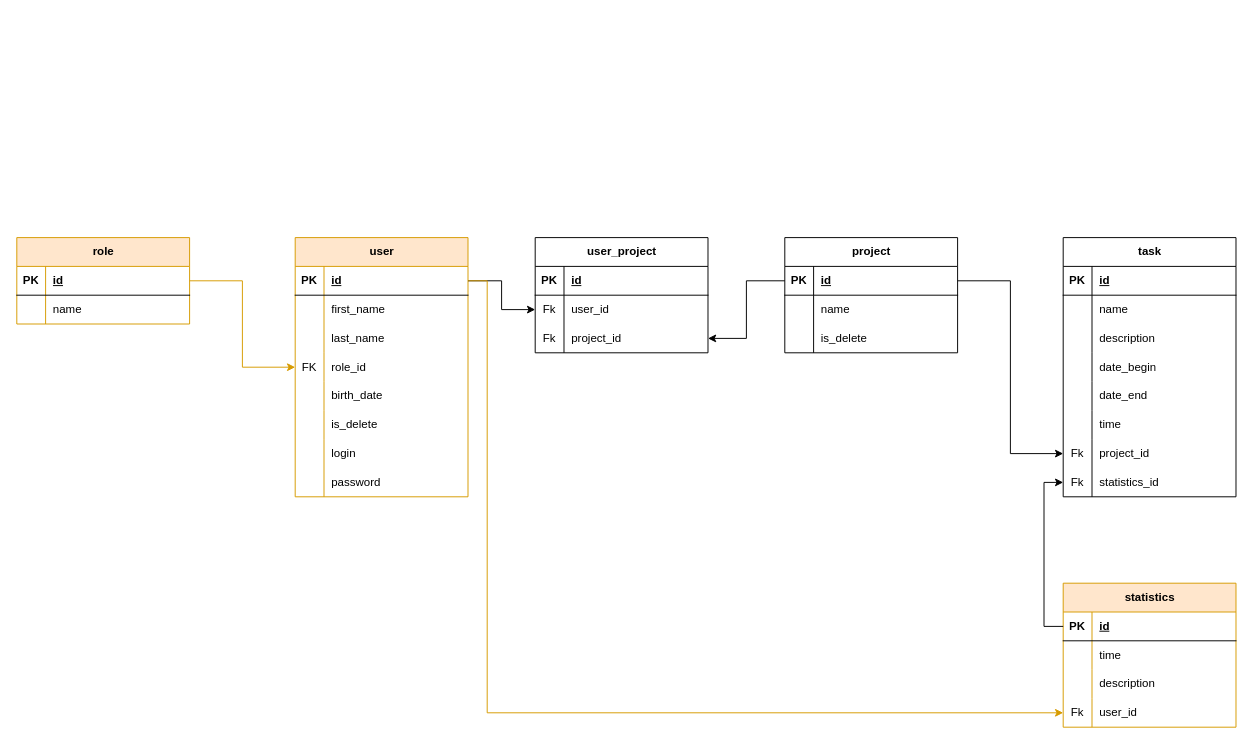
This is diagrams/taskManager.drawio from AbominablePutridity/TaskManager-SpringBoot-, a draw.io file, before an edit. Source tidied: cells renumbered, new cells numbered last; positions are measured from the earlier drawing's top-left corner, leaving out a move shared by most shapes. Both pictures are drawn from the tidied source at 96%, with x=0, y=0 at pixel (16, 237).
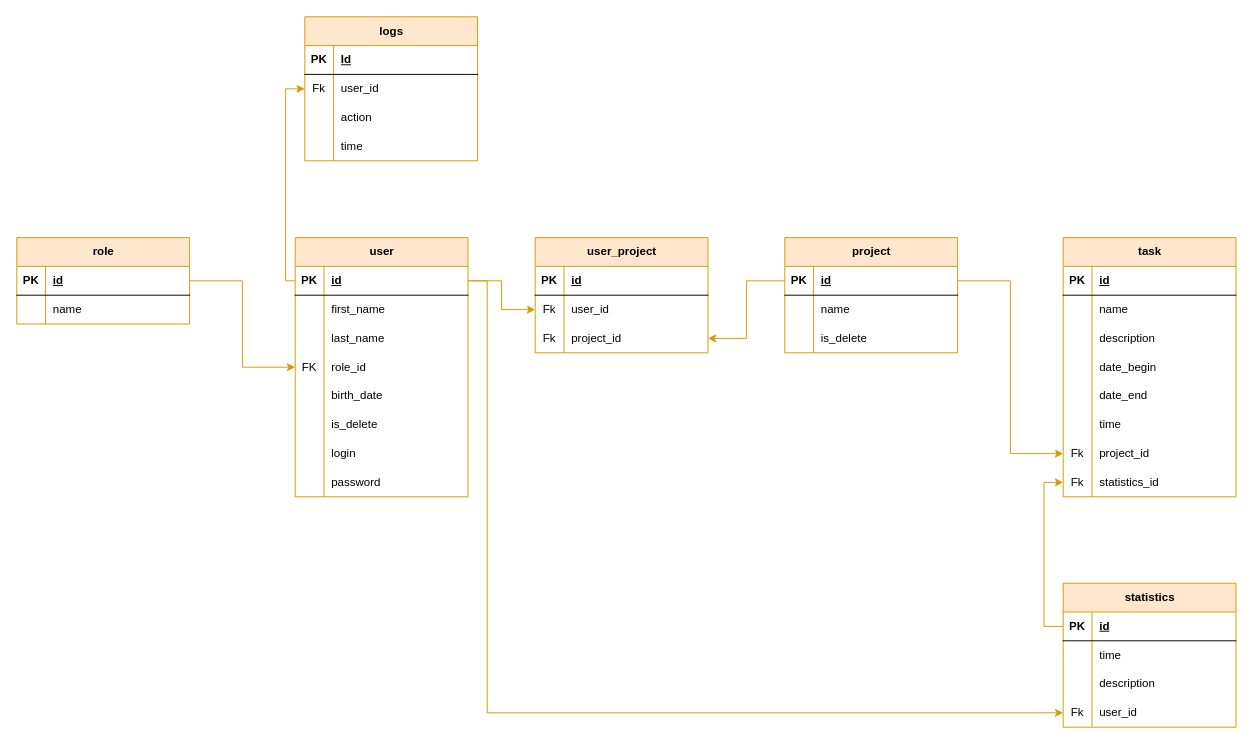
Above is the later version.

The change refers to these unchanged cells:
```xml
<mxCell id="3" style="shape=tableRow;horizontal=0;startSize=0;swimlaneHead=0;swimlaneBody=0;fillColor=none;points=[[0,0.5],[1,0.5]];portConstraint=eastwest;top=0;left=0;right=0;bottom=1;" parent="2" vertex="1">
  <mxGeometry y="30" width="180" height="30" as="geometry" />
</mxCell>
<mxCell id="36" style="shape=tableRow;horizontal=0;startSize=0;swimlaneHead=0;swimlaneBody=0;fillColor=none;points=[[0,0.5],[1,0.5]];portConstraint=eastwest;top=0;left=0;right=0;bottom=1;" parent="35" vertex="1">
  <mxGeometry y="30" width="180" height="30" as="geometry" />
</mxCell>
<mxCell id="64" style="shape=tableRow;horizontal=0;startSize=0;swimlaneHead=0;swimlaneBody=0;fillColor=none;points=[[0,0.5],[1,0.5]];portConstraint=eastwest;top=0;left=0;right=0;bottom=0;" parent="45" vertex="1">
  <mxGeometry y="210" width="180" height="30" as="geometry" />
</mxCell>
<mxCell id="67" style="shape=tableRow;horizontal=0;startSize=0;swimlaneHead=0;swimlaneBody=0;fillColor=none;points=[[0,0.5],[1,0.5]];portConstraint=eastwest;top=0;left=0;right=0;bottom=0;" parent="45" vertex="1">
  <mxGeometry y="240" width="180" height="30" as="geometry" />
</mxCell>
<mxCell id="74" style="shape=tableRow;horizontal=0;startSize=0;swimlaneHead=0;swimlaneBody=0;fillColor=none;points=[[0,0.5],[1,0.5]];portConstraint=eastwest;top=0;left=0;right=0;bottom=0;" parent="70" vertex="1">
  <mxGeometry y="60" width="180" height="30" as="geometry" />
</mxCell>
<mxCell id="77" style="shape=tableRow;horizontal=0;startSize=0;swimlaneHead=0;swimlaneBody=0;fillColor=none;points=[[0,0.5],[1,0.5]];portConstraint=eastwest;top=0;left=0;right=0;bottom=0;" parent="70" vertex="1">
  <mxGeometry y="90" width="180" height="30" as="geometry" />
</mxCell>
<mxCell id="84" style="shape=tableRow;horizontal=0;startSize=0;swimlaneHead=0;swimlaneBody=0;fillColor=none;points=[[0,0.5],[1,0.5]];portConstraint=eastwest;top=0;left=0;right=0;bottom=1;" parent="83" vertex="1">
  <mxGeometry y="30" width="180" height="30" as="geometry" />
</mxCell>
```

Change to the diagram source:
```diff
@@
-    <mxCell id="35" value="project" style="shape=table;startSize=30;childLayout=tableLayout;rowLines=0;fontStyle=1;align=center;html=1;" parent="1" vertex="1">
+    <mxCell id="35" value="project" style="shape=table;startSize=30;childLayout=tableLayout;rowLines=0;fontStyle=1;align=center;html=1;fillColor=#ffe6cc;strokeColor=#d79b00;" parent="1" vertex="1">
       <mxGeometry x="800" width="180" height="120" as="geometry" />
     </mxCell>
@@
-    <mxCell id="45" value="task" style="shape=table;startSize=30;childLayout=tableLayout;rowLines=0;fontStyle=1;align=center;html=1;" parent="1" vertex="1">
+    <mxCell id="45" value="task" style="shape=table;startSize=30;childLayout=tableLayout;rowLines=0;fontStyle=1;align=center;html=1;fillColor=#ffe6cc;strokeColor=#d79b00;" parent="1" vertex="1">
       <mxGeometry x="1090" width="180" height="270" as="geometry" />
     </mxCell>
@@
-    <mxCell id="70" value="user_project" style="shape=table;startSize=30;childLayout=tableLayout;rowLines=0;fontStyle=1;align=center;html=1;" parent="1" vertex="1">
+    <mxCell id="70" value="user_project" style="shape=table;startSize=30;childLayout=tableLayout;rowLines=0;fontStyle=1;align=center;html=1;fillColor=#ffe6cc;strokeColor=#d79b00;" parent="1" vertex="1">
       <mxGeometry x="540" width="180" height="120" as="geometry" />
     </mxCell>
@@
-    <mxCell id="80" style="edgeStyle=orthogonalEdgeStyle;rounded=0;jettySize=auto;html=1;" parent="1" edge="1" source="3" target="74">
+    <mxCell id="80" style="edgeStyle=orthogonalEdgeStyle;rounded=0;jettySize=auto;html=1;fillColor=#ffe6cc;strokeColor=#d79b00;" parent="1" edge="1" source="3" target="74">
       <mxGeometry relative="1" as="geometry" />
     </mxCell>
-    <mxCell id="81" style="edgeStyle=orthogonalEdgeStyle;rounded=0;jettySize=auto;html=1;" parent="1" edge="1" source="36" target="77">
+    <mxCell id="81" style="edgeStyle=orthogonalEdgeStyle;rounded=0;jettySize=auto;html=1;fillColor=#ffe6cc;strokeColor=#d79b00;" parent="1" edge="1" source="36" target="77">
       <mxGeometry relative="1" as="geometry" />
     </mxCell>
-    <mxCell id="82" style="edgeStyle=orthogonalEdgeStyle;rounded=0;jettySize=auto;html=1;" parent="1" edge="1" source="36" target="64">
+    <mxCell id="82" style="edgeStyle=orthogonalEdgeStyle;rounded=0;jettySize=auto;html=1;fillColor=#ffe6cc;strokeColor=#d79b00;" parent="1" edge="1" source="36" target="64">
       <mxGeometry relative="1" as="geometry" />
     </mxCell>
@@
-    <mxCell id="96" style="edgeStyle=orthogonalEdgeStyle;rounded=0;jettySize=auto;html=1;entryX=0;entryY=0.5;entryDx=0;entryDy=0;" parent="1" edge="1" source="84" target="67">
+    <mxCell id="96" style="edgeStyle=orthogonalEdgeStyle;rounded=0;jettySize=auto;html=1;entryX=0;entryY=0.5;entryDx=0;entryDy=0;fillColor=#ffe6cc;strokeColor=#d79b00;" parent="1" edge="1" source="84" target="67">
       <mxGeometry relative="1" as="geometry" />
     </mxCell>
@@
+    <mxCell id="98" value="logs" style="shape=table;startSize=30;childLayout=tableLayout;rowLines=0;fontStyle=1;align=center;html=1;fillColor=#ffe6cc;strokeColor=#d79b00;" parent="1" vertex="1">
+      <mxGeometry x="300" y="-230" width="180" height="150" as="geometry" />
+    </mxCell>
+    <mxCell id="99" style="shape=tableRow;horizontal=0;startSize=0;swimlaneHead=0;swimlaneBody=0;fillColor=none;top=0;left=0;right=0;bottom=1;" parent="98" vertex="1">
+      <mxGeometry y="30" width="180" height="30" as="geometry" />
+    </mxCell>
+    <mxCell id="100" value="PK" style="shape=partialRectangle;fillColor=none;top=0;left=0;bottom=0;right=0;fontStyle=1;overflow=hidden;whiteSpace=wrap;html=1;" parent="99" vertex="1">
+      <mxGeometry width="30" height="30" as="geometry" />
+    </mxCell>
+    <mxCell id="101" value="Id" style="shape=partialRectangle;fillColor=none;top=0;left=0;bottom=0;right=0;align=left;spacingLeft=6;fontStyle=5;overflow=hidden;whiteSpace=wrap;html=1;" parent="99" vertex="1">
+      <mxGeometry x="30" width="150" height="30" as="geometry" />
+    </mxCell>
+    <mxCell id="102" style="shape=tableRow;horizontal=0;startSize=0;swimlaneHead=0;swimlaneBody=0;fillColor=none;points=[[0,0.5],[1,0.5]];portConstraint=eastwest;top=0;left=0;right=0;bottom=0;" parent="98" vertex="1">
+      <mxGeometry y="60" width="180" height="30" as="geometry" />
+    </mxCell>
+    <mxCell id="103" value="Fk" style="shape=partialRectangle;fillColor=none;top=0;left=0;bottom=0;right=0;overflow=hidden;whiteSpace=wrap;html=1;" parent="102" vertex="1">
+      <mxGeometry width="30" height="30" as="geometry" />
+    </mxCell>
+    <mxCell id="104" value="user_id" style="shape=partialRectangle;fillColor=none;top=0;left=0;bottom=0;right=0;align=left;spacingLeft=6;overflow=hidden;whiteSpace=wrap;html=1;" parent="102" vertex="1">
+      <mxGeometry x="30" width="150" height="30" as="geometry" />
+    </mxCell>
+    <mxCell id="105" style="shape=tableRow;horizontal=0;startSize=0;swimlaneHead=0;swimlaneBody=0;fillColor=none;top=0;left=0;right=0;bottom=0;" parent="98" vertex="1">
+      <mxGeometry y="90" width="180" height="30" as="geometry" />
+    </mxCell>
+    <mxCell id="106" style="shape=partialRectangle;fillColor=none;top=0;left=0;bottom=0;right=0;overflow=hidden;whiteSpace=wrap;html=1;" parent="105" vertex="1">
+      <mxGeometry width="30" height="30" as="geometry" />
+    </mxCell>
+    <mxCell id="107" value="action" style="shape=partialRectangle;fillColor=none;top=0;left=0;bottom=0;right=0;align=left;spacingLeft=6;overflow=hidden;whiteSpace=wrap;html=1;" parent="105" vertex="1">
+      <mxGeometry x="30" width="150" height="30" as="geometry" />
+    </mxCell>
+    <mxCell id="108" style="shape=tableRow;horizontal=0;startSize=0;swimlaneHead=0;swimlaneBody=0;fillColor=none;top=0;left=0;right=0;bottom=0;" parent="98" vertex="1">
+      <mxGeometry y="120" width="180" height="30" as="geometry" />
+    </mxCell>
+    <mxCell id="109" style="shape=partialRectangle;fillColor=none;top=0;left=0;bottom=0;right=0;overflow=hidden;whiteSpace=wrap;html=1;" parent="108" vertex="1">
+      <mxGeometry width="30" height="30" as="geometry" />
+    </mxCell>
+    <mxCell id="110" value="time" style="shape=partialRectangle;fillColor=none;top=0;left=0;bottom=0;right=0;align=left;spacingLeft=6;overflow=hidden;whiteSpace=wrap;html=1;" parent="108" vertex="1">
+      <mxGeometry x="30" width="150" height="30" as="geometry" />
+    </mxCell>
+    <mxCell id="111" style="edgeStyle=orthogonalEdgeStyle;rounded=0;jettySize=auto;html=1;fillColor=#ffe6cc;strokeColor=#d79b00;" parent="1" edge="1" source="3" target="102">
+      <mxGeometry relative="1" as="geometry">
+        <Array as="points">
+          <mxPoint x="280" y="45" />
+          <mxPoint x="280" y="-155" />
+        </Array>
+      </mxGeometry>
+    </mxCell>
```
